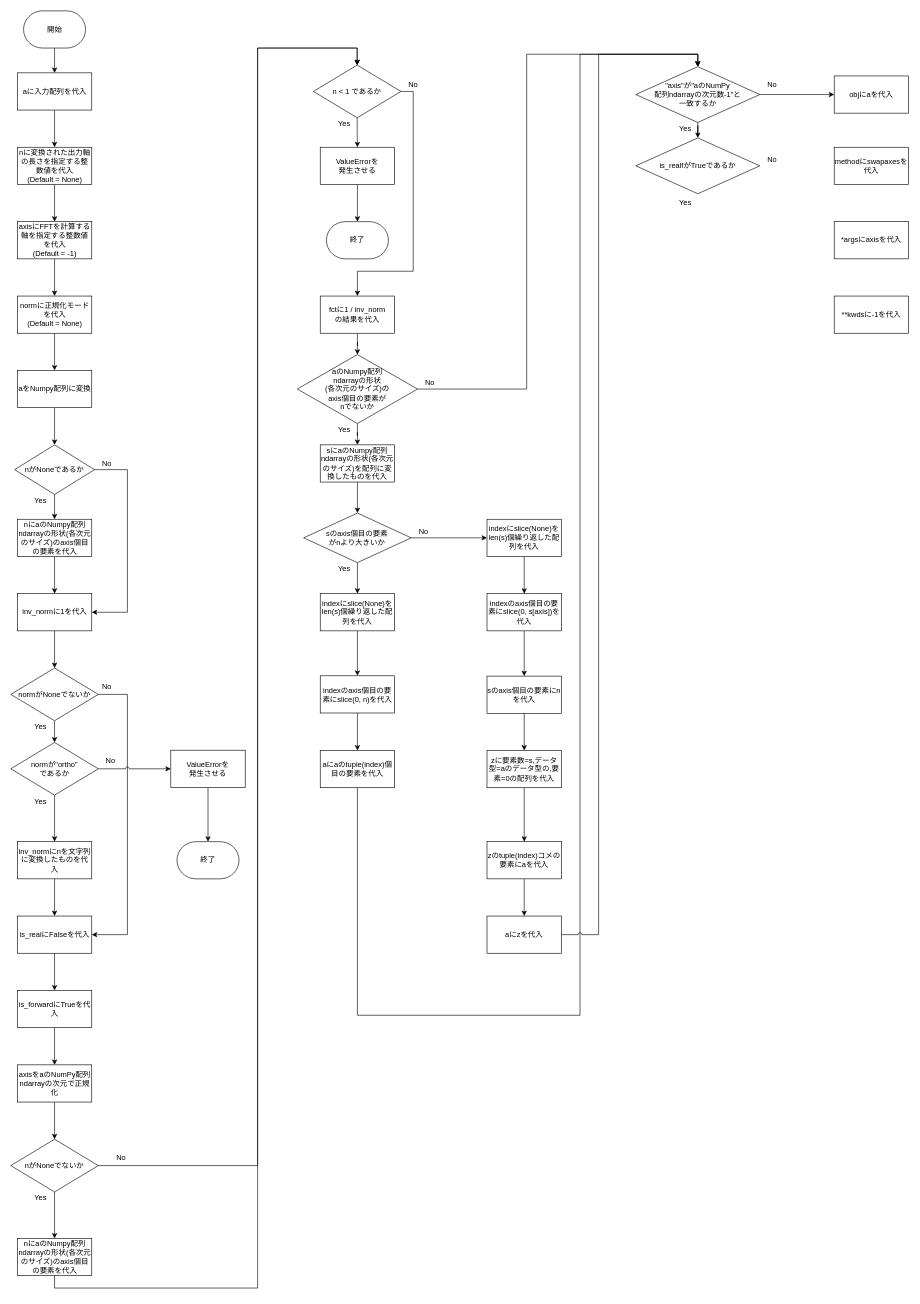
mochihisa/themed_research keeps this draw.io diagram as numpy_fft.drawio. Above is the earlier version. Source tidied: cells renumbered, new cells numbered last; positions are measured from the earlier drawing's top-left corner, leaving out a move shared by most shapes. Both pictures are drawn from the tidied source at 62%, with x=0, y=0 at pixel (11, 11).
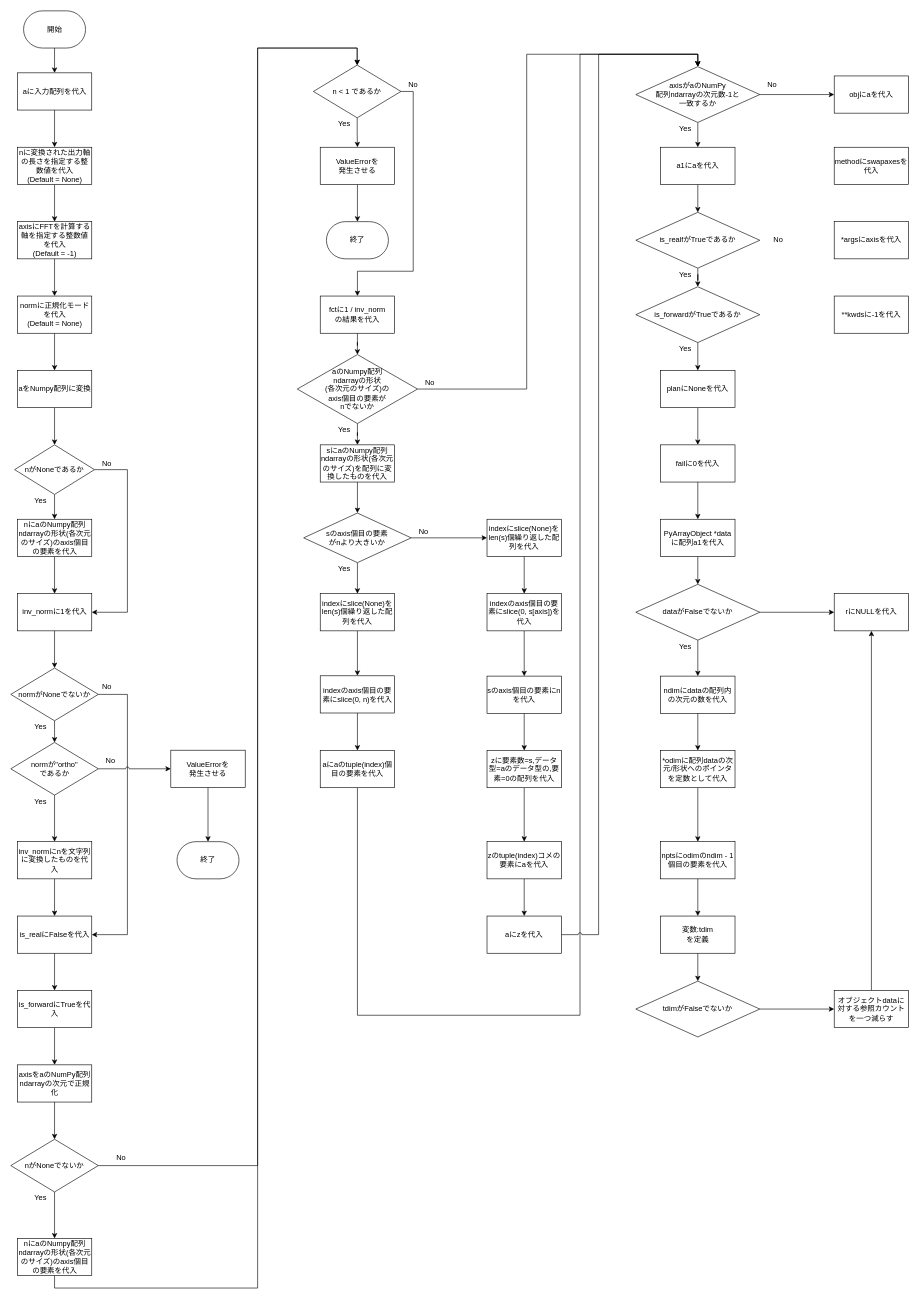
After the change.

Commit message (it also covers changes not shown here):
numpy_fft.drawio を更新します

What changed in the source:
```diff
@@
-    <mxCell id="92" style="edgeStyle=orthogonalEdgeStyle;rounded=0;jumpStyle=arc;jettySize=auto;html=1;" parent="1" edge="1" source="93" target="100">
+    <mxCell id="92" style="edgeStyle=orthogonalEdgeStyle;rounded=0;jumpStyle=arc;jettySize=auto;html=1;entryX=0.5;entryY=0;entryDx=0;entryDy=0;" parent="1" edge="1" source="93" target="113">
       <mxGeometry relative="1" as="geometry" />
     </mxCell>
-    <mxCell id="93" value="&quot;axis&quot;が&quot;aのNumPy&lt;br&gt;配列ndarrayの次元数-1&quot;と&lt;br&gt;一致するか" style="strokeWidth=1;html=1;shape=mxgraph.flowchart.decision;whiteSpace=wrap;align=center;fontSize=12;" parent="1" vertex="1">
+    <mxCell id="93" value="axisがaのNumPy&lt;br&gt;配列ndarrayの次元数-1と&lt;br&gt;一致するか" style="strokeWidth=1;html=1;shape=mxgraph.flowchart.decision;whiteSpace=wrap;align=center;fontSize=12;" parent="1" vertex="1">
       <mxGeometry x="1008" y="90" width="200" height="90" as="geometry" />
     </mxCell>
@@
+    <mxCell id="103" style="edgeStyle=orthogonalEdgeStyle;rounded=0;jumpStyle=arc;jettySize=auto;html=1;" parent="1" edge="1" source="100" target="105">
+      <mxGeometry relative="1" as="geometry" />
+    </mxCell>
     <mxCell id="100" value="is_realfがTrueであるか" style="strokeWidth=1;html=1;shape=mxgraph.flowchart.decision;whiteSpace=wrap;align=center;fontSize=12;" parent="1" vertex="1">
-      <mxGeometry x="1008" y="205" width="200" height="90" as="geometry" />
+      <mxGeometry x="1008" y="325" width="200" height="90" as="geometry" />
     </mxCell>
     <mxCell id="101" value="Yes" style="text;html=1;strokeColor=none;fillColor=none;align=center;verticalAlign=middle;whiteSpace=wrap;rounded=0;strokeWidth=1;" parent="1" vertex="1">
-      <mxGeometry x="1068" y="300" width="40" height="20" as="geometry" />
+      <mxGeometry x="1068" y="415" width="40" height="20" as="geometry" />
     </mxCell>
     <mxCell id="102" value="No" style="text;html=1;strokeColor=none;fillColor=none;align=center;verticalAlign=middle;whiteSpace=wrap;rounded=0;strokeWidth=1;" parent="1" vertex="1">
-      <mxGeometry x="1208" y="230" width="40" height="20" as="geometry" />
+      <mxGeometry x="1218" y="360" width="40" height="20" as="geometry" />
     </mxCell>
+    <mxCell id="104" style="edgeStyle=orthogonalEdgeStyle;rounded=0;jumpStyle=arc;jettySize=auto;html=1;entryX=0.5;entryY=0;entryDx=0;entryDy=0;" parent="1" edge="1" source="105" target="107">
+      <mxGeometry relative="1" as="geometry" />
+    </mxCell>
+    <mxCell id="105" value="is_forwardがTrueであるか" style="strokeWidth=1;html=1;shape=mxgraph.flowchart.decision;whiteSpace=wrap;align=center;fontSize=12;" parent="1" vertex="1">
+      <mxGeometry x="1008" y="445" width="200" height="90" as="geometry" />
+    </mxCell>
+    <mxCell id="106" style="edgeStyle=orthogonalEdgeStyle;rounded=0;jumpStyle=arc;jettySize=auto;html=1;" parent="1" edge="1" source="107" target="109">
+      <mxGeometry relative="1" as="geometry" />
+    </mxCell>
+    <mxCell id="107" value="planにNoneを代入" style="rounded=0;whiteSpace=wrap;html=1;" parent="1" vertex="1">
+      <mxGeometry x="1048" y="580" width="120" height="60" as="geometry" />
+    </mxCell>
+    <mxCell id="108" style="edgeStyle=orthogonalEdgeStyle;rounded=0;jumpStyle=arc;jettySize=auto;html=1;" parent="1" edge="1" source="109" target="111">
+      <mxGeometry relative="1" as="geometry" />
+    </mxCell>
+    <mxCell id="109" value="failに0を代入" style="rounded=0;whiteSpace=wrap;html=1;" parent="1" vertex="1">
+      <mxGeometry x="1048" y="700" width="120" height="60" as="geometry" />
+    </mxCell>
+    <mxCell id="110" style="edgeStyle=orthogonalEdgeStyle;rounded=0;jumpStyle=arc;jettySize=auto;html=1;" parent="1" edge="1" source="111" target="117">
+      <mxGeometry relative="1" as="geometry" />
+    </mxCell>
+    <mxCell id="111" value="PyArrayObject *dataに配列a1を代入" style="rounded=0;whiteSpace=wrap;html=1;" parent="1" vertex="1">
+      <mxGeometry x="1048" y="820" width="120" height="60" as="geometry" />
+    </mxCell>
+    <mxCell id="112" style="edgeStyle=orthogonalEdgeStyle;rounded=0;jumpStyle=arc;jettySize=auto;html=1;" parent="1" edge="1" source="113" target="100">
+      <mxGeometry relative="1" as="geometry" />
+    </mxCell>
+    <mxCell id="113" value="a1にaを代入" style="rounded=0;whiteSpace=wrap;html=1;" parent="1" vertex="1">
+      <mxGeometry x="1048" y="220" width="120" height="60" as="geometry" />
+    </mxCell>
+    <mxCell id="114" value="Yes" style="text;html=1;strokeColor=none;fillColor=none;align=center;verticalAlign=middle;whiteSpace=wrap;rounded=0;strokeWidth=1;" parent="1" vertex="1">
+      <mxGeometry x="1068" y="535" width="40" height="20" as="geometry" />
+    </mxCell>
+    <mxCell id="115" style="edgeStyle=orthogonalEdgeStyle;rounded=0;jumpStyle=arc;jettySize=auto;html=1;" parent="1" edge="1" source="117" target="118">
+      <mxGeometry relative="1" as="geometry" />
+    </mxCell>
+    <mxCell id="116" style="edgeStyle=orthogonalEdgeStyle;rounded=0;jumpStyle=arc;jettySize=auto;html=1;" parent="1" edge="1" source="117" target="120">
+      <mxGeometry relative="1" as="geometry" />
+    </mxCell>
+    <mxCell id="117" value="dataがFalseでないか" style="strokeWidth=1;html=1;shape=mxgraph.flowchart.decision;whiteSpace=wrap;align=center;fontSize=12;" parent="1" vertex="1">
+      <mxGeometry x="1008" y="925" width="200" height="90" as="geometry" />
+    </mxCell>
+    <mxCell id="118" value="rにNULLを代入" style="rounded=0;whiteSpace=wrap;html=1;" parent="1" vertex="1">
+      <mxGeometry x="1328" y="940" width="120" height="60" as="geometry" />
+    </mxCell>
+    <mxCell id="119" style="edgeStyle=orthogonalEdgeStyle;rounded=0;jumpStyle=arc;jettySize=auto;html=1;" parent="1" edge="1" source="120" target="122">
+      <mxGeometry relative="1" as="geometry" />
+    </mxCell>
+    <mxCell id="120" value="ndimにdataの配列内の次元の数を代入" style="rounded=0;whiteSpace=wrap;html=1;" parent="1" vertex="1">
+      <mxGeometry x="1048" y="1073" width="120" height="60" as="geometry" />
+    </mxCell>
+    <mxCell id="121" style="edgeStyle=orthogonalEdgeStyle;rounded=0;jumpStyle=arc;jettySize=auto;html=1;" parent="1" edge="1" source="122" target="124">
+      <mxGeometry relative="1" as="geometry" />
+    </mxCell>
+    <mxCell id="122" value="*odimに配列dataの次元/形状へのポインタを定数として代入" style="rounded=0;whiteSpace=wrap;html=1;" parent="1" vertex="1">
+      <mxGeometry x="1048" y="1193" width="120" height="60" as="geometry" />
+    </mxCell>
+    <mxCell id="123" style="edgeStyle=orthogonalEdgeStyle;rounded=0;jumpStyle=arc;jettySize=auto;html=1;" parent="1" edge="1" source="124" target="126">
+      <mxGeometry relative="1" as="geometry" />
+    </mxCell>
+    <mxCell id="124" value="nptsにodimのndim - 1個目の要素を代入" style="rounded=0;whiteSpace=wrap;html=1;" parent="1" vertex="1">
+      <mxGeometry x="1048" y="1340" width="120" height="60" as="geometry" />
+    </mxCell>
+    <mxCell id="125" style="edgeStyle=orthogonalEdgeStyle;rounded=0;jumpStyle=arc;jettySize=auto;html=1;entryX=0.5;entryY=0;entryDx=0;entryDy=0;entryPerimeter=0;" parent="1" edge="1" source="126" target="129">
+      <mxGeometry relative="1" as="geometry" />
+    </mxCell>
+    <mxCell id="126" value="変数:tdim&lt;br&gt;を定義" style="rounded=0;whiteSpace=wrap;html=1;" parent="1" vertex="1">
+      <mxGeometry x="1048" y="1460" width="120" height="60" as="geometry" />
+    </mxCell>
+    <mxCell id="127" value="Yes" style="text;html=1;strokeColor=none;fillColor=none;align=center;verticalAlign=middle;whiteSpace=wrap;rounded=0;strokeWidth=1;" parent="1" vertex="1">
+      <mxGeometry x="1068" y="1015" width="40" height="20" as="geometry" />
+    </mxCell>
+    <mxCell id="128" style="edgeStyle=orthogonalEdgeStyle;rounded=0;jumpStyle=arc;jettySize=auto;html=1;" parent="1" edge="1" source="129" target="131">
+      <mxGeometry relative="1" as="geometry" />
+    </mxCell>
+    <mxCell id="129" value="tdimがFalseでないか" style="strokeWidth=1;html=1;shape=mxgraph.flowchart.decision;whiteSpace=wrap;align=center;fontSize=12;" parent="1" vertex="1">
+      <mxGeometry x="1008" y="1565" width="200" height="90" as="geometry" />
+    </mxCell>
+    <mxCell id="130" style="edgeStyle=orthogonalEdgeStyle;rounded=0;jumpStyle=arc;jettySize=auto;html=1;entryX=0.5;entryY=1;entryDx=0;entryDy=0;" parent="1" edge="1" source="131" target="118">
+      <mxGeometry relative="1" as="geometry" />
+    </mxCell>
+    <mxCell id="131" value="オブジェクトdataに対する参照カウントを一つ減らす" style="rounded=0;whiteSpace=wrap;html=1;" parent="1" vertex="1">
+      <mxGeometry x="1328" y="1580" width="120" height="60" as="geometry" />
+    </mxCell>
```
